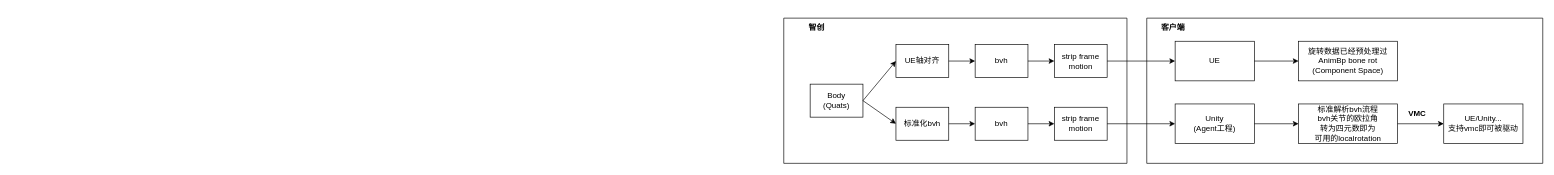
Above: talking.drawio in Owlcean/drawiorecord (draw.io), before the change. Source tidied: cells renumbered, new cells numbered last; positions are measured from the earlier drawing's top-left corner, leaving out a move shared by most shapes. Both pictures are drawn from the tidied source at 66%, with x=0, y=0 at pixel (783, 18).
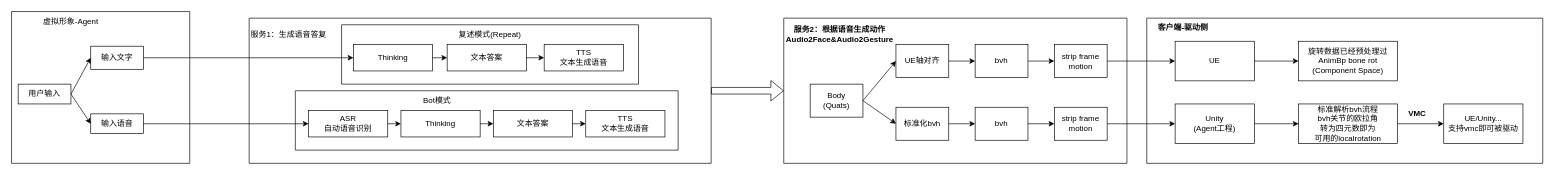
Above is the later version.

The change refers to these unchanged cells:
```xml
<mxCell id="2" style="swimlane;startSize=0;" parent="1" vertex="1">
  <mxGeometry width="520" height="220" as="geometry" />
</mxCell>
<mxCell id="19" style="swimlane;startSize=0;" parent="1" vertex="1">
  <mxGeometry x="550" width="600" height="220" as="geometry" />
</mxCell>
```

The edit, as a diff of the source:
```diff
@@
-    <mxCell id="10" value="&lt;b&gt;智创&lt;/b&gt;" style="text;html=1;strokeColor=none;fillColor=none;align=center;verticalAlign=middle;whiteSpace=wrap;rounded=0;" parent="2" vertex="1">
-      <mxGeometry x="20" width="60" height="30" as="geometry" />
+    <mxCell id="10" value="&lt;b&gt;服务2：根据语音生成动作Audio2Face&amp;amp;Audio2Gesture&lt;/b&gt;" style="text;html=1;strokeColor=none;fillColor=none;align=center;verticalAlign=middle;whiteSpace=wrap;rounded=0;" parent="2" vertex="1">
+      <mxGeometry y="10" width="170" height="30" as="geometry" />
     </mxCell>
@@
-    <mxCell id="22" value="&lt;b&gt;客户端&lt;/b&gt;" style="text;html=1;strokeColor=none;fillColor=none;align=center;verticalAlign=middle;whiteSpace=wrap;rounded=0;" parent="19" vertex="1">
-      <mxGeometry x="10" width="60" height="30" as="geometry" />
+    <mxCell id="22" value="&lt;b&gt;客户端-驱动侧&lt;/b&gt;" style="text;html=1;strokeColor=none;fillColor=none;align=center;verticalAlign=middle;whiteSpace=wrap;rounded=0;" parent="19" vertex="1">
+      <mxGeometry x="10" width="90" height="30" as="geometry" />
     </mxCell>
@@
+    <mxCell id="30" style="swimlane;startSize=0;" parent="1" vertex="1">
+      <mxGeometry x="-810" width="700" height="220" as="geometry" />
+    </mxCell>
+    <mxCell id="31" style="swimlane;startSize=0;" parent="30" vertex="1">
+      <mxGeometry x="140" y="10" width="450" height="90" as="geometry" />
+    </mxCell>
+    <mxCell id="32" value="TTS&lt;br&gt;文本生成语音" style="rounded=0;whiteSpace=wrap;html=1;" parent="31" vertex="1">
+      <mxGeometry x="307" y="30" width="120" height="40" as="geometry" />
+    </mxCell>
+    <mxCell id="33" value="复述模式(Repeat)" style="text;html=1;strokeColor=none;fillColor=none;align=center;verticalAlign=middle;whiteSpace=wrap;rounded=0;" parent="31" vertex="1">
+      <mxGeometry x="170" width="110" height="30" as="geometry" />
+    </mxCell>
+    <mxCell id="34" value="Thinking" style="rounded=0;whiteSpace=wrap;html=1;" parent="31" vertex="1">
+      <mxGeometry x="18" y="30" width="120" height="40" as="geometry" />
+    </mxCell>
+    <mxCell id="35" value="文本答案" style="rounded=0;whiteSpace=wrap;html=1;" parent="31" vertex="1">
+      <mxGeometry x="160" y="30" width="120" height="40" as="geometry" />
+    </mxCell>
+    <mxCell id="36" style="endArrow=classic;html=1;rounded=0;exitX=1;exitY=0.5;exitDx=0;exitDy=0;entryX=0;entryY=0.5;entryDx=0;entryDy=0;" parent="31" edge="1" source="34" target="35">
+      <mxGeometry relative="1" as="geometry" />
+    </mxCell>
+    <mxCell id="37" style="endArrow=classic;html=1;rounded=0;exitX=1;exitY=0.5;exitDx=0;exitDy=0;entryX=0;entryY=0.5;entryDx=0;entryDy=0;" parent="31" edge="1" source="35" target="32">
+      <mxGeometry relative="1" as="geometry" />
+    </mxCell>
+    <mxCell id="38" style="swimlane;startSize=0;" parent="30" vertex="1">
+      <mxGeometry x="70" y="110" width="580" height="90" as="geometry" />
+    </mxCell>
+    <mxCell id="39" value="ASR&lt;br&gt;自动语音识别" style="rounded=0;whiteSpace=wrap;html=1;" parent="38" vertex="1">
+      <mxGeometry x="20" y="30" width="120" height="40" as="geometry" />
+    </mxCell>
+    <mxCell id="40" value="Bot模式" style="text;html=1;strokeColor=none;fillColor=none;align=center;verticalAlign=middle;whiteSpace=wrap;rounded=0;" parent="38" vertex="1">
+      <mxGeometry x="160" width="110" height="30" as="geometry" />
+    </mxCell>
+    <mxCell id="41" value="TTS&lt;br style=&quot;border-color: var(--border-color);&quot;&gt;文本生成语音" style="rounded=0;whiteSpace=wrap;html=1;" parent="38" vertex="1">
+      <mxGeometry x="440" y="30" width="120" height="40" as="geometry" />
+    </mxCell>
+    <mxCell id="42" value="Thinking" style="rounded=0;whiteSpace=wrap;html=1;" parent="38" vertex="1">
+      <mxGeometry x="160" y="30" width="120" height="40" as="geometry" />
+    </mxCell>
+    <mxCell id="43" style="endArrow=classic;html=1;rounded=0;exitX=1;exitY=0.5;exitDx=0;exitDy=0;entryX=0;entryY=0.5;entryDx=0;entryDy=0;" parent="38" edge="1" source="39" target="42">
+      <mxGeometry relative="1" as="geometry" />
+    </mxCell>
+    <mxCell id="44" value="文本答案" style="rounded=0;whiteSpace=wrap;html=1;" parent="38" vertex="1">
+      <mxGeometry x="300" y="30" width="120" height="40" as="geometry" />
+    </mxCell>
+    <mxCell id="45" style="endArrow=classic;html=1;rounded=0;exitX=1;exitY=0.5;exitDx=0;exitDy=0;entryX=0;entryY=0.5;entryDx=0;entryDy=0;" parent="38" edge="1" source="42" target="44">
+      <mxGeometry relative="1" as="geometry" />
+    </mxCell>
+    <mxCell id="46" value="服务1：生成语音答复" style="text;html=1;strokeColor=none;fillColor=none;align=center;verticalAlign=middle;whiteSpace=wrap;rounded=0;" parent="30" vertex="1">
+      <mxGeometry y="10" width="120" height="30" as="geometry" />
+    </mxCell>
+    <mxCell id="47" style="swimlane;startSize=0;" parent="1" vertex="1">
+      <mxGeometry x="-1170" y="-10" width="270" height="230" as="geometry" />
+    </mxCell>
+    <mxCell id="48" value="虚拟形象-Agent" style="text;html=1;strokeColor=none;fillColor=none;align=center;verticalAlign=middle;whiteSpace=wrap;rounded=0;" parent="47" vertex="1">
+      <mxGeometry x="40" width="100" height="30" as="geometry" />
+    </mxCell>
+    <mxCell id="49" value="用户输入" style="rounded=0;whiteSpace=wrap;html=1;" parent="47" vertex="1">
+      <mxGeometry x="10" y="110" width="80" height="30" as="geometry" />
+    </mxCell>
+    <mxCell id="50" value="输入文字" style="rounded=0;whiteSpace=wrap;html=1;" parent="47" vertex="1">
+      <mxGeometry x="120" y="52.5" width="80" height="35" as="geometry" />
+    </mxCell>
+    <mxCell id="51" value="输入语音" style="rounded=0;whiteSpace=wrap;html=1;" parent="47" vertex="1">
+      <mxGeometry x="120" y="155" width="80" height="30" as="geometry" />
+    </mxCell>
+    <mxCell id="52" style="endArrow=classic;html=1;rounded=0;exitX=1;exitY=0.5;exitDx=0;exitDy=0;entryX=0;entryY=0.5;entryDx=0;entryDy=0;" parent="47" edge="1" source="49" target="50">
+      <mxGeometry relative="1" as="geometry" />
+    </mxCell>
+    <mxCell id="53" style="endArrow=classic;html=1;rounded=0;exitX=1;exitY=0.5;exitDx=0;exitDy=0;entryX=0;entryY=0.5;entryDx=0;entryDy=0;" parent="47" edge="1" source="49" target="51">
+      <mxGeometry relative="1" as="geometry" />
+    </mxCell>
+    <mxCell id="54" style="endArrow=classic;html=1;rounded=0;entryX=0;entryY=0.5;entryDx=0;entryDy=0;" parent="1" edge="1" target="41">
+      <mxGeometry relative="1" as="geometry">
+        <mxPoint x="-320" y="160" as="sourcePoint" />
+      </mxGeometry>
+    </mxCell>
+    <mxCell id="55" style="endArrow=classic;html=1;rounded=0;exitX=1;exitY=0.5;exitDx=0;exitDy=0;entryX=0;entryY=0.5;entryDx=0;entryDy=0;" parent="1" edge="1" source="50" target="34">
+      <mxGeometry relative="1" as="geometry" />
+    </mxCell>
+    <mxCell id="56" style="endArrow=classic;html=1;rounded=0;exitX=1;exitY=0.5;exitDx=0;exitDy=0;entryX=0;entryY=0.5;entryDx=0;entryDy=0;" parent="1" edge="1" source="51" target="39">
+      <mxGeometry relative="1" as="geometry" />
+    </mxCell>
+    <mxCell id="57" style="shape=flexArrow;endArrow=classic;html=1;rounded=0;exitX=1;exitY=0.5;exitDx=0;exitDy=0;entryX=0;entryY=0.5;entryDx=0;entryDy=0;" parent="1" edge="1" source="30" target="2">
+      <mxGeometry relative="1" as="geometry" />
+    </mxCell>
```
